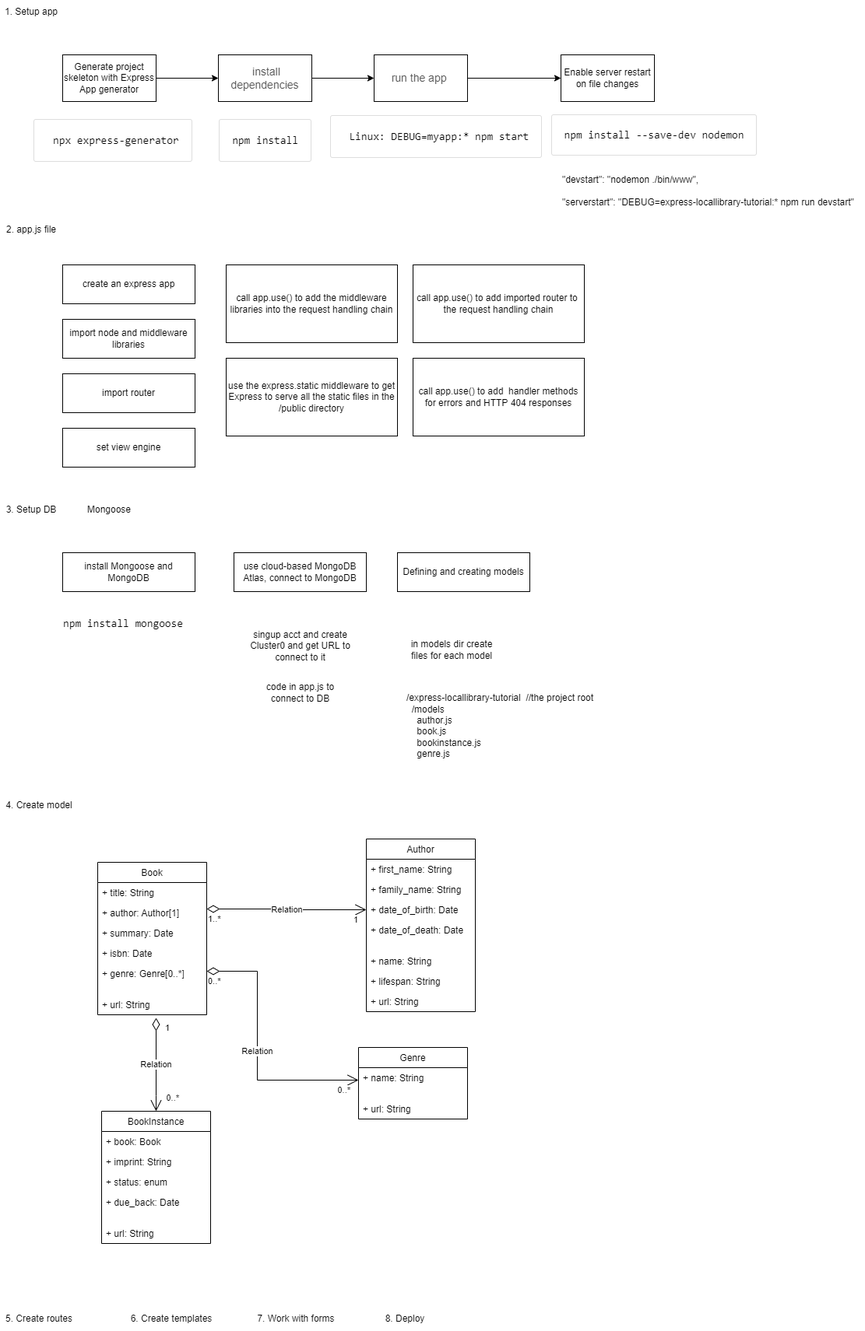
The draw.io diagram Setup.png in f2xiao/express_library, before a commit. Source tidied: cells renumbered, new cells last; positions are measured from the earlier drawing's top-left corner, leaving out a move shared by most shapes.
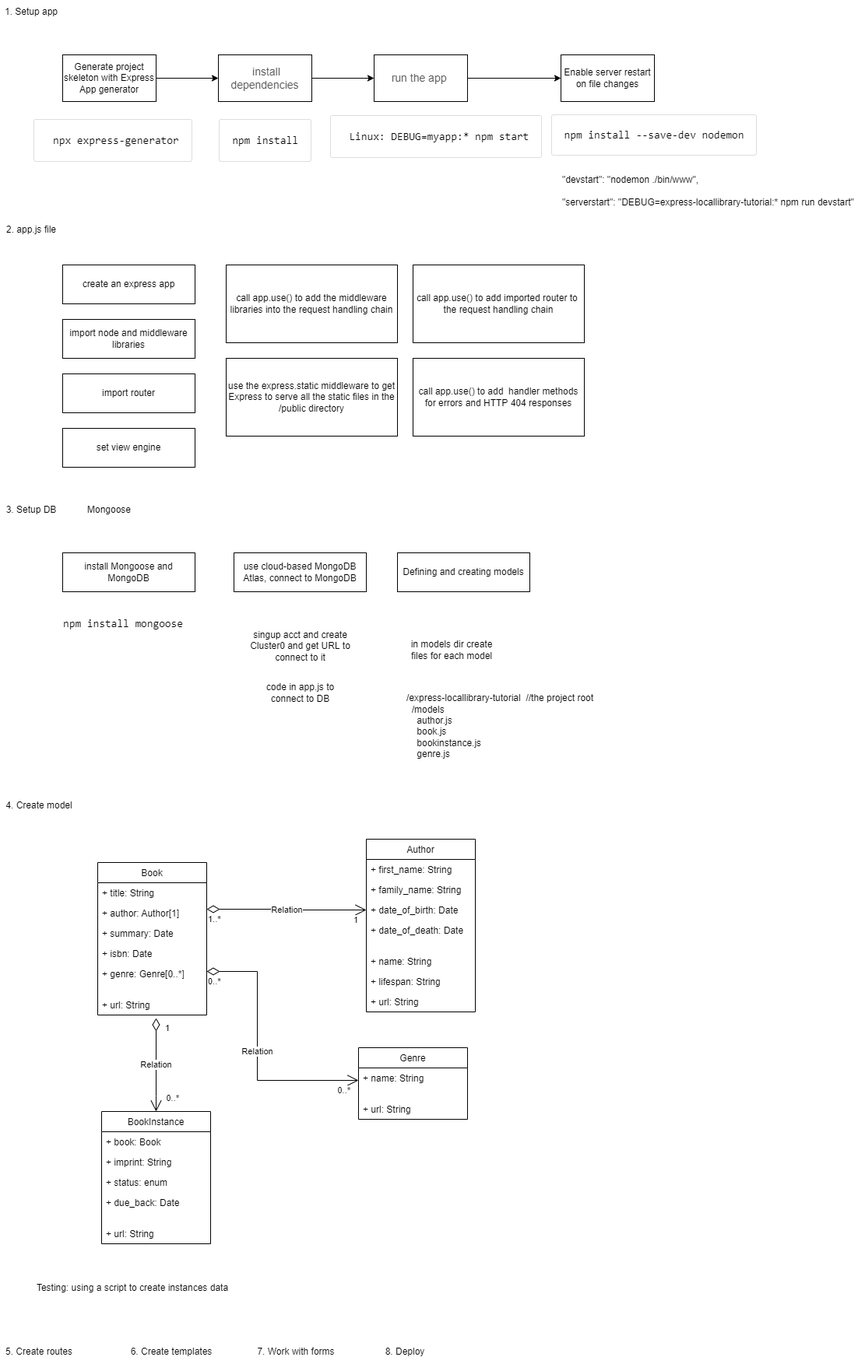
The same diagram one commit later.

The edit, as a diff of the source:
```diff
@@ -66,16 +66,16 @@
       <mxGeometry y="640" width="80" height="30" as="geometry" />
     </mxCell>
     <mxCell id="23" value="5. Create routes" style="text;html=1;strokeColor=none;fillColor=none;align=center;verticalAlign=middle;whiteSpace=wrap;rounded=0;" parent="1" vertex="1">
-      <mxGeometry y="1680" width="100" height="30" as="geometry" />
+      <mxGeometry y="1722" width="100" height="30" as="geometry" />
     </mxCell>
     <mxCell id="24" value="6. Create templates" style="text;html=1;strokeColor=none;fillColor=none;align=center;verticalAlign=middle;whiteSpace=wrap;rounded=0;" parent="1" vertex="1">
-      <mxGeometry x="160" y="1680" width="120" height="30" as="geometry" />
+      <mxGeometry x="160" y="1722" width="120" height="30" as="geometry" />
     </mxCell>
     <mxCell id="25" value="7. Work with forms" style="text;html=1;strokeColor=none;fillColor=none;align=center;verticalAlign=middle;whiteSpace=wrap;rounded=0;" parent="1" vertex="1">
-      <mxGeometry x="320" y="1680" width="120" height="30" as="geometry" />
+      <mxGeometry x="320" y="1722" width="120" height="30" as="geometry" />
     </mxCell>
     <mxCell id="26" value="8. Deploy" style="text;html=1;strokeColor=none;fillColor=none;align=center;verticalAlign=middle;whiteSpace=wrap;rounded=0;" parent="1" vertex="1">
-      <mxGeometry x="480" y="1680" width="80" height="30" as="geometry" />
+      <mxGeometry x="480" y="1722" width="80" height="30" as="geometry" />
     </mxCell>
     <mxCell id="27" value=" &quot;devstart&quot;: &quot;nodemon ./bin/www&quot;,&lt;br/&gt;&lt;br&gt;    &quot;serverstart&quot;: &quot;DEBUG=express-locallibrary-tutorial:* npm run devstart&quot;" style="text;html=1;align=left;verticalAlign=middle;strokeColor=none;fillColor=none;fontSize=12;fontFamily=Helvetica;fontColor=default;" parent="1" vertex="1">
       <mxGeometry x="720" y="220" width="390" height="50" as="geometry" />
@@ -246,5 +246,8 @@
     <mxCell id="75" value="&lt;pre class=&quot;brush: bash notranslate&quot; style=&quot;box-sizing: border-box ; overflow-wrap: break-word ; font-size: 14px ; padding: 1rem 2.5rem 1rem 1rem ; margin-top: 1rem ; margin-bottom: 2rem ; border: 1px solid transparent&quot;&gt;&lt;code style=&quot;box-sizing: border-box ; background: none ; padding: 0px&quot;&gt;&lt;span class=&quot;token function&quot; style=&quot;box-sizing: border-box&quot;&gt;npm&lt;/span&gt; &lt;span class=&quot;token function&quot; style=&quot;box-sizing: border-box&quot;&gt;install&lt;/span&gt; mongoose&lt;/code&gt;&lt;/pre&gt;" style="text;html=1;strokeColor=none;fillColor=none;align=center;verticalAlign=middle;whiteSpace=wrap;rounded=0;" parent="1" vertex="1">
       <mxGeometry x="80" y="790" width="180" height="40" as="geometry" />
     </mxCell>
+    <mxCell id="76" value="Testing: using a script to create instances data" style="text;html=1;strokeColor=none;fillColor=none;align=center;verticalAlign=middle;whiteSpace=wrap;rounded=0;" parent="1" vertex="1">
+      <mxGeometry x="40" y="1630" width="260" height="50" as="geometry" />
+    </mxCell>
   </root>
 </mxGraphModel>
```
